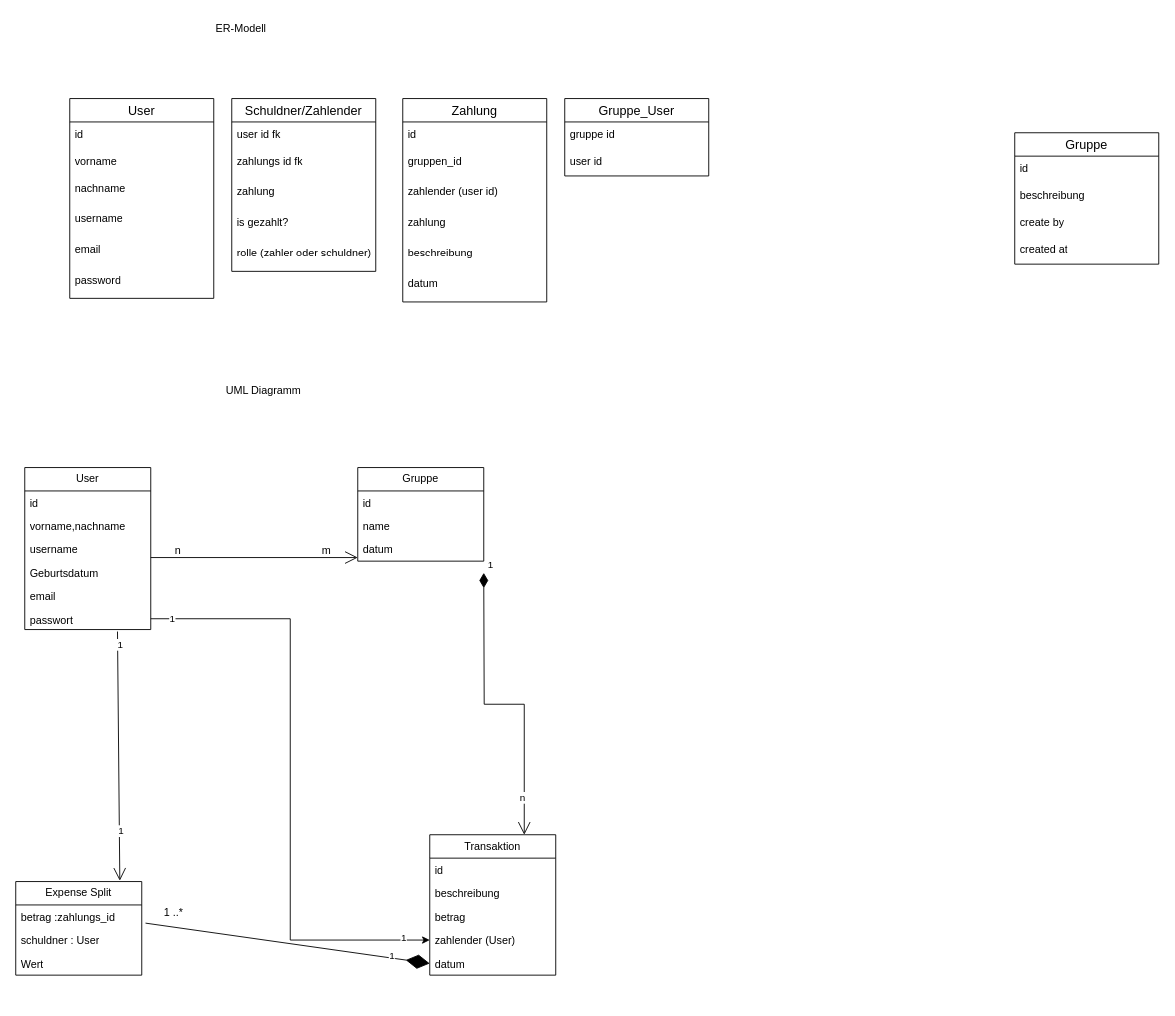
Earlier version of the draw.io diagram TeamBudget.drawio (abda1014/TeamBudget). Source tidied: cells renumbered, new cells numbered last; positions are measured from the earlier drawing's top-left corner, leaving out a move shared by most shapes. Both pictures are drawn from the tidied source at 90%, with x=0, y=0 at pixel (15, 15).
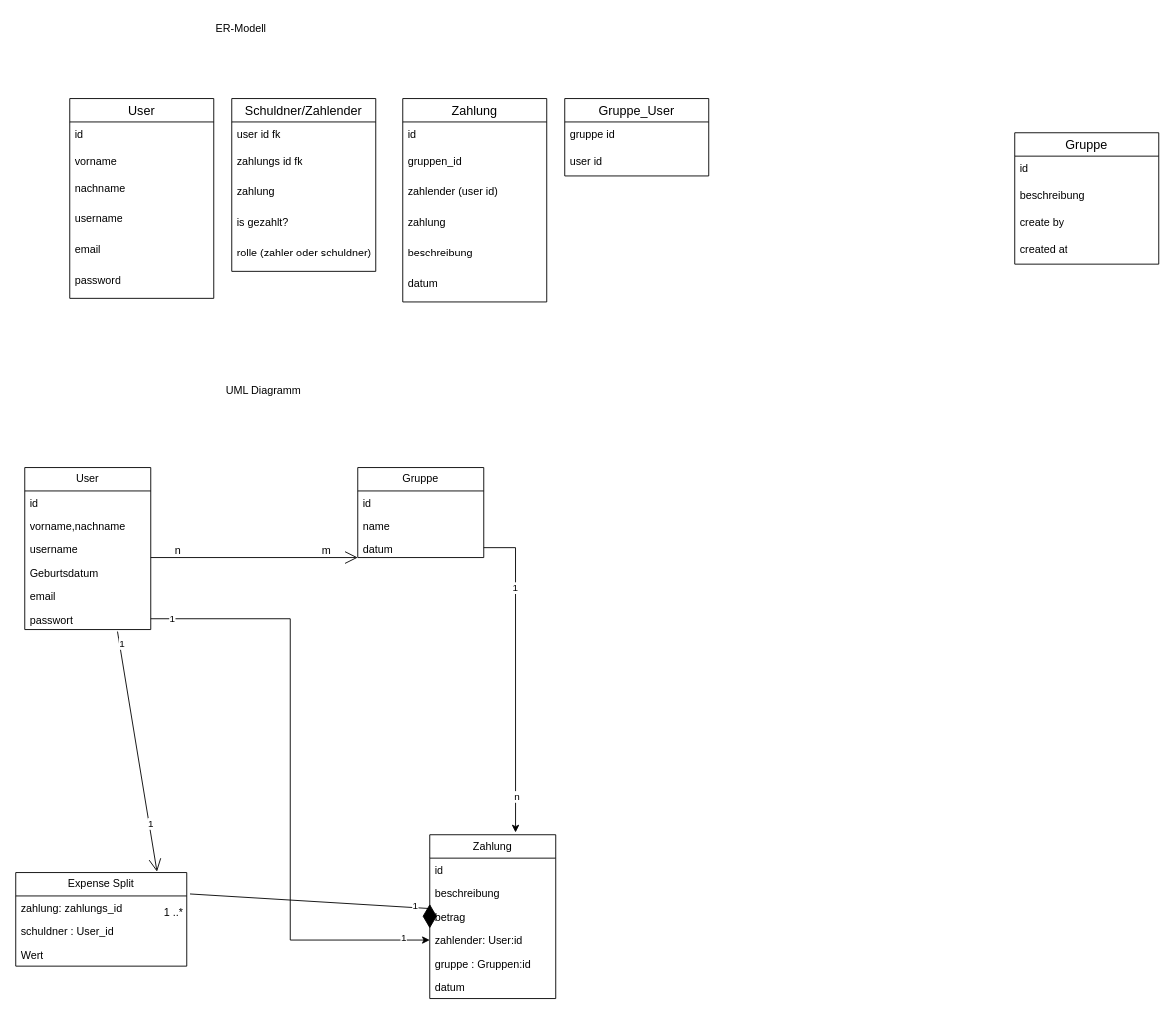
The same diagram, later.

What changed in the source:
```diff
@@
-    <mxCell id="39" value="Transaktion" style="swimlane;fontStyle=0;horizontal=1;startSize=26;fillColor=none;whiteSpace=wrap;html=1;" parent="1" vertex="1">
-      <mxGeometry x="460" y="910" width="140" height="156" as="geometry" />
+    <mxCell id="39" value="Zahlung" style="swimlane;fontStyle=0;horizontal=1;startSize=26;fillColor=none;whiteSpace=wrap;html=1;" parent="1" vertex="1">
+      <mxGeometry x="460" y="910" width="140" height="182" as="geometry" />
     </mxCell>
@@
+    <mxCell id="58" style="endArrow=diamondThin;endFill=1;endSize=24;html=1;rounded=0;entryX=0;entryY=0.5;entryDx=0;entryDy=0;exitX=1.019;exitY=-0.085;exitDx=0;exitDy=0;exitPerimeter=0;" parent="39" edge="1" source="46">
+      <mxGeometry relative="1" as="geometry">
+        <mxPoint y="104" as="targetPoint" />
+        <Array as="points">
+          <mxPoint y="82" />
+        </Array>
+      </mxGeometry>
+    </mxCell>
+    <mxCell id="59" value="1" style="edgeLabel;html=1;align=center;verticalAlign=middle;" parent="58" vertex="1">
+      <mxGeometry x="0.73" y="2" relative="1" as="geometry" />
+    </mxCell>
@@
-    <mxCell id="43" value="zahlender (User)" style="text;strokeColor=none;fillColor=none;align=left;verticalAlign=top;spacingLeft=4;spacingRight=4;overflow=hidden;points=[[0,0.5],[1,0.5]];portConstraint=eastwest;whiteSpace=wrap;html=1;" parent="39" vertex="1">
+    <mxCell id="43" value="zahlender: User:id" style="text;strokeColor=none;fillColor=none;align=left;verticalAlign=top;spacingLeft=4;spacingRight=4;overflow=hidden;points=[[0,0.5],[1,0.5]];portConstraint=eastwest;whiteSpace=wrap;html=1;" parent="39" vertex="1">
       <mxGeometry y="104" width="140" height="26" as="geometry" />
     </mxCell>
-    <mxCell id="44" value="datum" style="text;strokeColor=none;fillColor=none;align=left;verticalAlign=top;spacingLeft=4;spacingRight=4;overflow=hidden;points=[[0,0.5],[1,0.5]];portConstraint=eastwest;whiteSpace=wrap;html=1;" parent="39" vertex="1">
+    <mxCell id="44" value="gruppe : Gruppen:id" style="text;strokeColor=none;fillColor=none;align=left;verticalAlign=top;spacingLeft=4;spacingRight=4;overflow=hidden;points=[[0,0.5],[1,0.5]];portConstraint=eastwest;whiteSpace=wrap;html=1;" parent="39" vertex="1">
       <mxGeometry y="130" width="140" height="26" as="geometry" />
     </mxCell>
+    <mxCell id="67" value="datum" style="text;strokeColor=none;fillColor=none;align=left;verticalAlign=top;spacingLeft=4;spacingRight=4;overflow=hidden;whiteSpace=wrap;html=1;" parent="39" vertex="1">
+      <mxGeometry y="156" width="140" height="26" as="geometry" />
+    </mxCell>
     <mxCell id="45" value="Expense Split" style="swimlane;fontStyle=0;horizontal=1;startSize=26;fillColor=none;whiteSpace=wrap;html=1;" parent="1" vertex="1">
-      <mxGeometry y="962" width="140" height="104" as="geometry" />
+      <mxGeometry y="952" width="190" height="104" as="geometry" />
     </mxCell>
-    <mxCell id="46" value="betrag :zahlungs_id" style="text;strokeColor=none;fillColor=none;align=left;verticalAlign=top;spacingLeft=4;spacingRight=4;overflow=hidden;points=[[0,0.5],[1,0.5]];portConstraint=eastwest;whiteSpace=wrap;html=1;" parent="45" vertex="1">
-      <mxGeometry y="26" width="140" height="26" as="geometry" />
+    <mxCell id="46" value="zahlung: zahlungs_id" style="text;strokeColor=none;fillColor=none;align=left;verticalAlign=top;spacingLeft=4;spacingRight=4;overflow=hidden;points=[[0,0.5],[1,0.5]];portConstraint=eastwest;whiteSpace=wrap;html=1;" parent="45" vertex="1">
+      <mxGeometry y="26" width="190" height="26" as="geometry" />
     </mxCell>
-    <mxCell id="47" value="schuldner : User" style="text;strokeColor=none;fillColor=none;align=left;verticalAlign=top;spacingLeft=4;spacingRight=4;overflow=hidden;whiteSpace=wrap;html=1;" parent="45" vertex="1">
-      <mxGeometry y="52" width="140" height="26" as="geometry" />
+    <mxCell id="47" value="schuldner : User_id" style="text;strokeColor=none;fillColor=none;align=left;verticalAlign=top;spacingLeft=4;spacingRight=4;overflow=hidden;whiteSpace=wrap;html=1;" parent="45" vertex="1">
+      <mxGeometry y="52" width="190" height="26" as="geometry" />
     </mxCell>
     <mxCell id="48" value="Wert" style="text;strokeColor=none;fillColor=none;align=left;verticalAlign=top;spacingLeft=4;spacingRight=4;overflow=hidden;whiteSpace=wrap;html=1;" parent="45" vertex="1">
-      <mxGeometry y="78" width="140" height="26" as="geometry" />
+      <mxGeometry y="78" width="190" height="26" as="geometry" />
     </mxCell>
     <mxCell id="49" value="Gruppe" style="swimlane;fontStyle=0;horizontal=1;startSize=26;fillColor=none;whiteSpace=wrap;html=1;" parent="1" vertex="1">
-      <mxGeometry x="380" y="502" width="140" height="104" as="geometry" />
+      <mxGeometry x="380" y="502" width="140" height="100" as="geometry" />
     </mxCell>
@@
     <mxCell id="52" value="datum" style="text;strokeColor=none;fillColor=none;align=left;verticalAlign=top;spacingLeft=4;spacingRight=4;overflow=hidden;points=[[0,0.5],[1,0.5]];portConstraint=eastwest;whiteSpace=wrap;html=1;" parent="49" vertex="1">
-      <mxGeometry y="78" width="140" height="26" as="geometry" />
+      <mxGeometry y="78" width="140" height="22" as="geometry" />
     </mxCell>
@@
-    <mxCell id="56" value="1" style="endArrow=open;html=1;endSize=12;startArrow=diamondThin;startSize=14;startFill=1;edgeStyle=orthogonalEdgeStyle;align=left;verticalAlign=bottom;rounded=0;exitX=1;exitY=0.5;exitDx=0;exitDy=0;entryX=0.75;entryY=0;entryDx=0;entryDy=0;" parent="1" edge="1" target="39">
-      <mxGeometry x="-1" y="3" relative="1" as="geometry">
-        <mxPoint x="520" y="619" as="sourcePoint" />
-      </mxGeometry>
-    </mxCell>
-    <mxCell id="57" value="n" style="edgeLabel;html=1;align=center;verticalAlign=middle;" parent="56" vertex="1">
-      <mxGeometry x="0.75" y="-3" relative="1" as="geometry" />
-    </mxCell>
-    <mxCell id="58" style="endArrow=diamondThin;endFill=1;endSize=24;html=1;rounded=0;entryX=0;entryY=0.5;entryDx=0;entryDy=0;exitX=1.03;exitY=0.777;exitDx=0;exitDy=0;exitPerimeter=0;" parent="1" edge="1" source="46" target="44">
-      <mxGeometry relative="1" as="geometry" />
-    </mxCell>
-    <mxCell id="59" value="1" style="edgeLabel;html=1;align=center;verticalAlign=middle;" parent="58" vertex="1">
-      <mxGeometry x="0.73" y="2" relative="1" as="geometry" />
-    </mxCell>
@@
+    <mxCell id="68" style="edgeStyle=orthogonalEdgeStyle;rounded=0;jettySize=auto;html=1;exitX=1;exitY=0.5;exitDx=0;exitDy=0;entryX=0.681;entryY=-0.014;entryDx=0;entryDy=0;entryPerimeter=0;" parent="1" edge="1" source="52" target="39">
+      <mxGeometry relative="1" as="geometry" />
+    </mxCell>
+    <mxCell id="56" value="1" style="edgeLabel;html=1;align=center;verticalAlign=middle;" parent="68" vertex="1">
+      <mxGeometry x="-0.54" y="-1" relative="1" as="geometry">
+        <mxPoint y="-1" as="offset" />
+      </mxGeometry>
+    </mxCell>
+    <mxCell id="57" value="n" style="edgeLabel;html=1;align=center;verticalAlign=middle;" parent="68" vertex="1">
+      <mxGeometry x="0.77" y="1" relative="1" as="geometry">
+        <mxPoint y="1" as="offset" />
+      </mxGeometry>
+    </mxCell>
```
